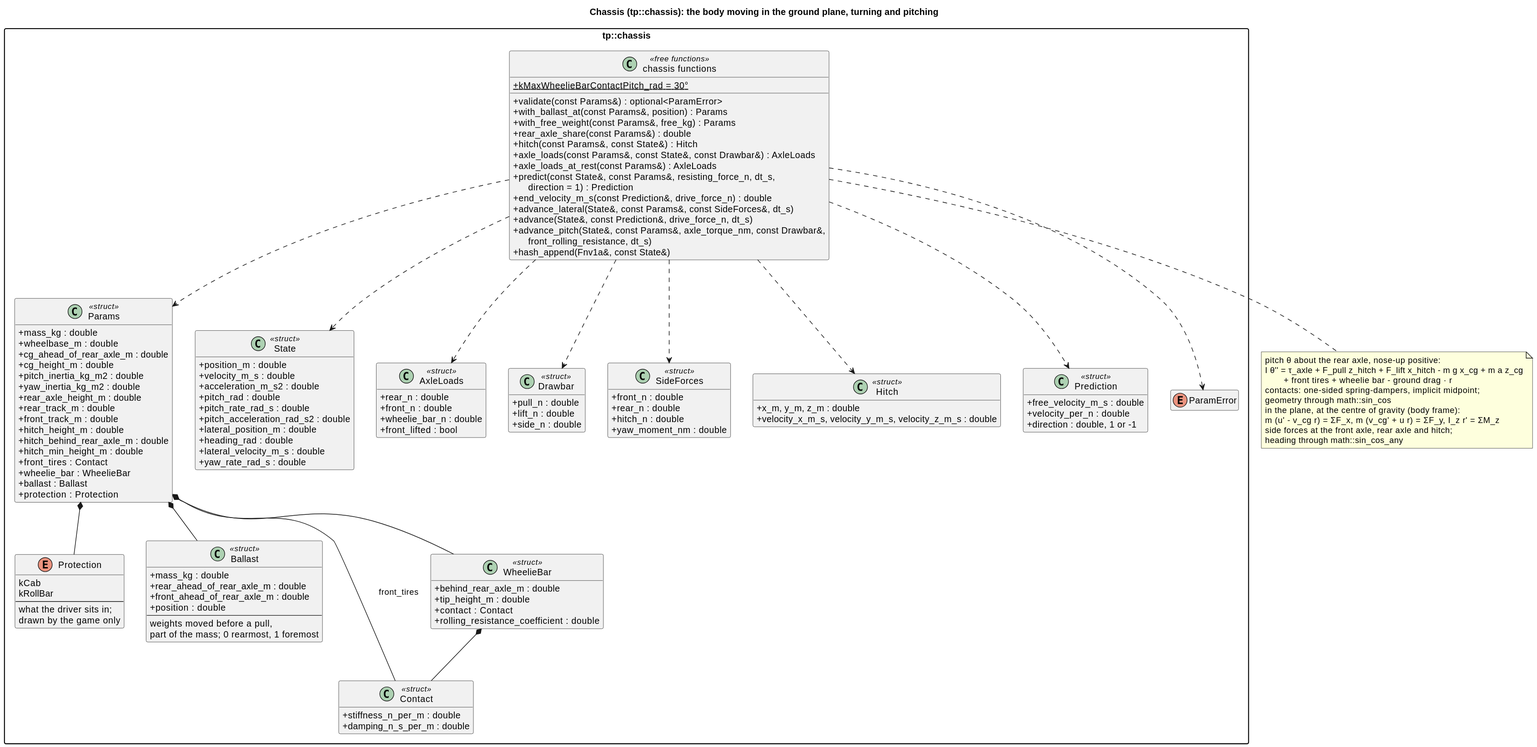
Before: docs/diagrams/svg/chassis_classes.svg, a diagram exported from PlantUML (wversteeg/TractorPulling).
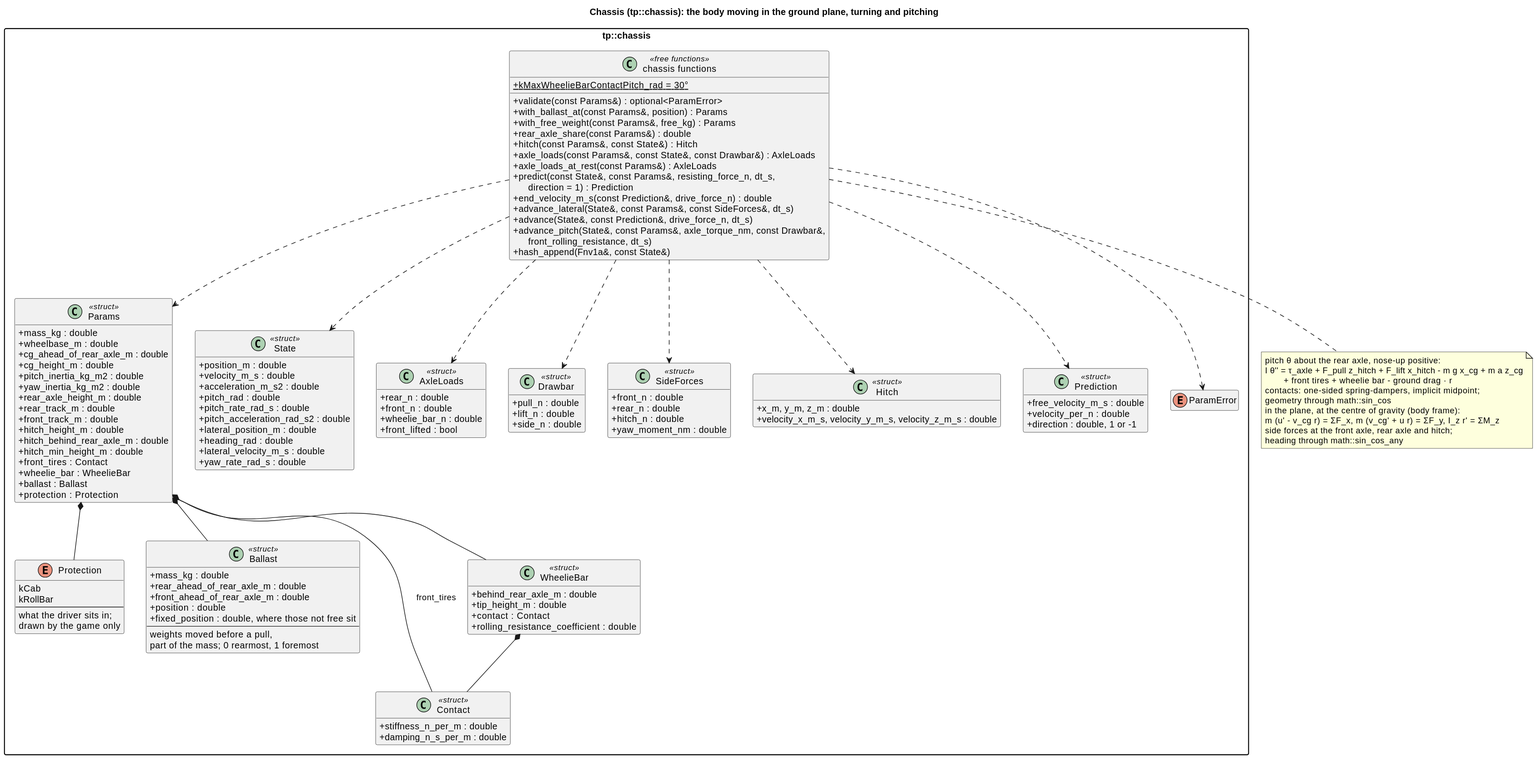
After the change.

Commit message:
Sport 2.5 t: the weights not yet free bolted to the front

What changed in the source:
```diff
@@ -35,6 +35,7 @@
     +rear_ahead_of_rear_axle_m : double
     +front_ahead_of_rear_axle_m : double
     +position : double
+    +fixed_position : double, where those not free sit
     --
     weights moved before a pull,
     part of the mass; 0 rearmost, 1 foremost
```
